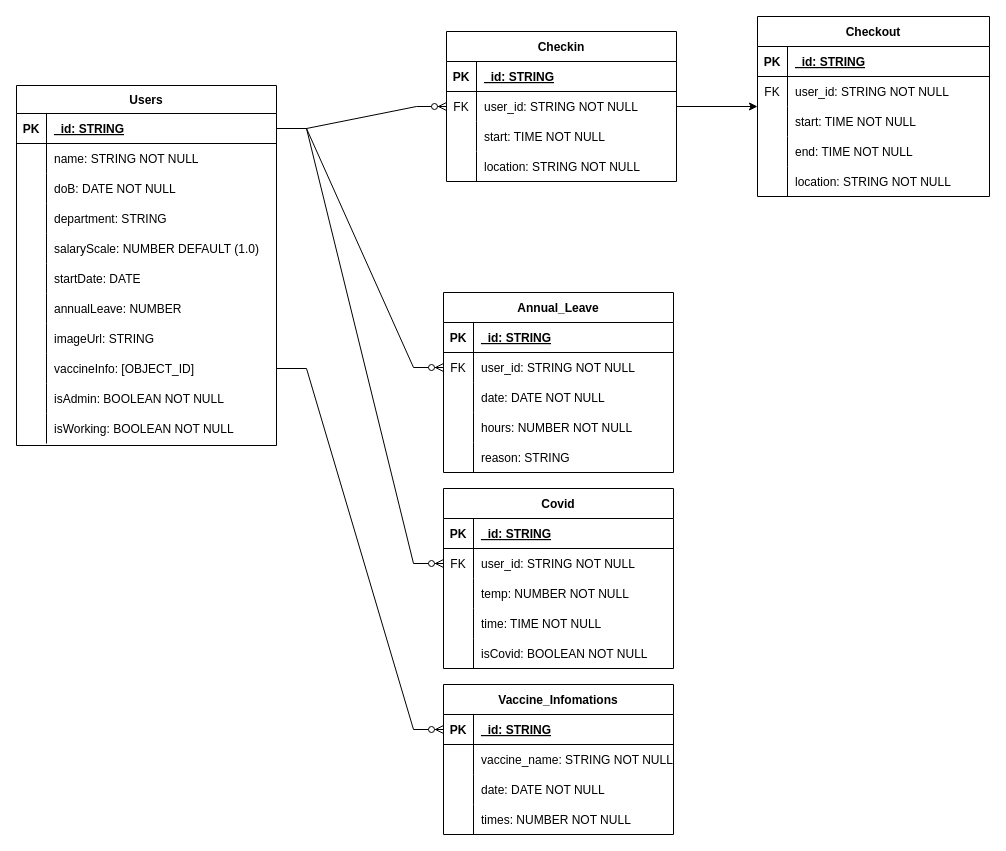
Above: EDR.drawio in shineofichi/StaffsManager (draw.io), before the change. Source tidied: cells renumbered, new cells numbered last; positions are measured from the earlier drawing's top-left corner, leaving out a move shared by most shapes. Both pictures are drawn from the tidied source at 100%, with x=0, y=0 at pixel (16, 16).
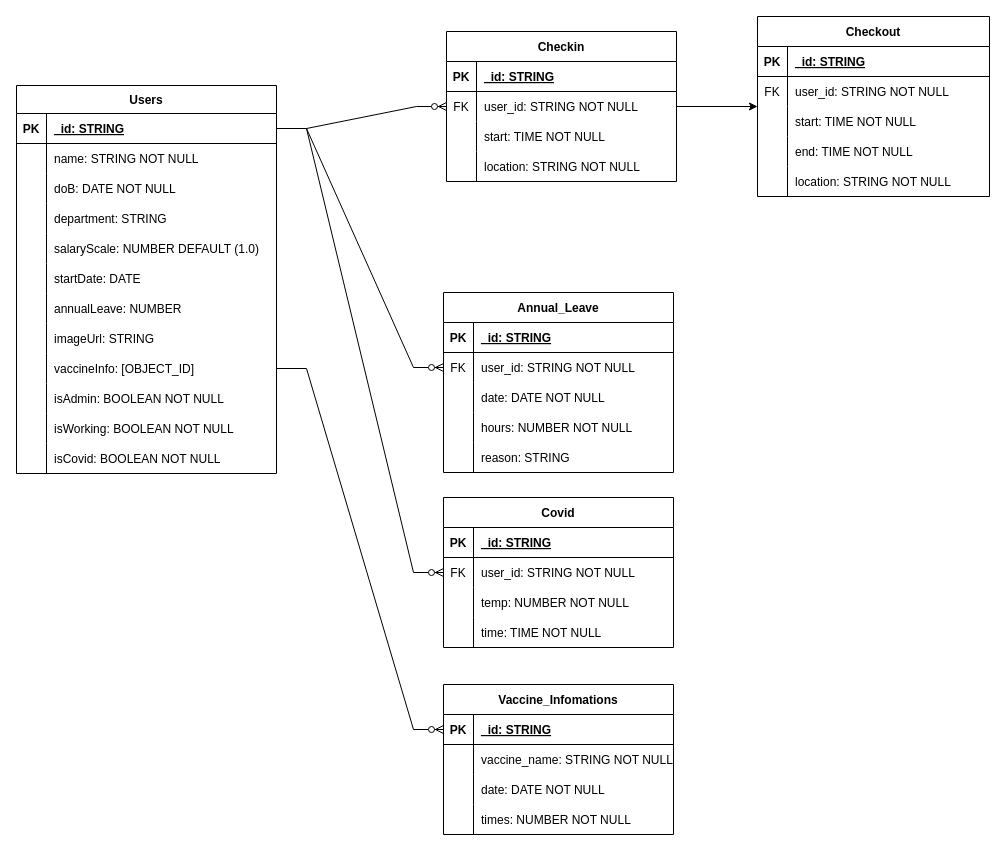
After the change.

What changed in the source:
```diff
@@
     <mxCell id="2" value="Users" style="shape=table;startSize=28;childLayout=tableLayout;rowLines=0;fontStyle=1;align=center;" parent="1" vertex="1">
-      <mxGeometry y="69" width="260" height="360" as="geometry" />
+      <mxGeometry y="69" width="260" height="388" as="geometry" />
     </mxCell>
@@
+    <mxCell id="115" style="shape=tableRow;horizontal=0;startSize=0;swimlaneHead=0;swimlaneBody=0;fillColor=none;top=0;left=0;right=0;bottom=0;" parent="2" vertex="1">
+      <mxGeometry y="358" width="260" height="30" as="geometry" />
+    </mxCell>
+    <mxCell id="64" style="shape=partialRectangle;fillColor=none;top=0;left=0;bottom=0;right=0;overflow=hidden;" parent="115" vertex="1">
+      <mxGeometry width="30" height="30" as="geometry" />
+    </mxCell>
+    <mxCell id="65" value="isCovid: BOOLEAN NOT NULL" style="shape=partialRectangle;fillColor=none;top=0;left=0;bottom=0;right=0;align=left;spacingLeft=6;overflow=hidden;" parent="115" vertex="1">
+      <mxGeometry x="30" width="230" height="30" as="geometry" />
+    </mxCell>
@@
     <mxCell id="50" value="Covid" style="shape=table;startSize=30;childLayout=tableLayout;rowLines=0;fontStyle=1;align=center;" parent="1" vertex="1">
-      <mxGeometry x="427" y="472" width="230" height="180" as="geometry" />
+      <mxGeometry x="427" y="481" width="230" height="150" as="geometry" />
     </mxCell>
@@
-    <mxCell id="63" style="shape=tableRow;horizontal=0;startSize=0;swimlaneHead=0;swimlaneBody=0;fillColor=none;top=0;left=0;right=0;bottom=0;" parent="50" vertex="1">
-      <mxGeometry y="150" width="230" height="30" as="geometry" />
-    </mxCell>
-    <mxCell id="64" style="shape=partialRectangle;fillColor=none;top=0;left=0;bottom=0;right=0;overflow=hidden;" parent="63" vertex="1">
-      <mxGeometry width="30" height="30" as="geometry" />
-    </mxCell>
-    <mxCell id="65" value="isCovid: BOOLEAN NOT NULL" style="shape=partialRectangle;fillColor=none;top=0;left=0;bottom=0;right=0;align=left;spacingLeft=6;overflow=hidden;" parent="63" vertex="1">
-      <mxGeometry x="30" width="200" height="30" as="geometry" />
-    </mxCell>
```
